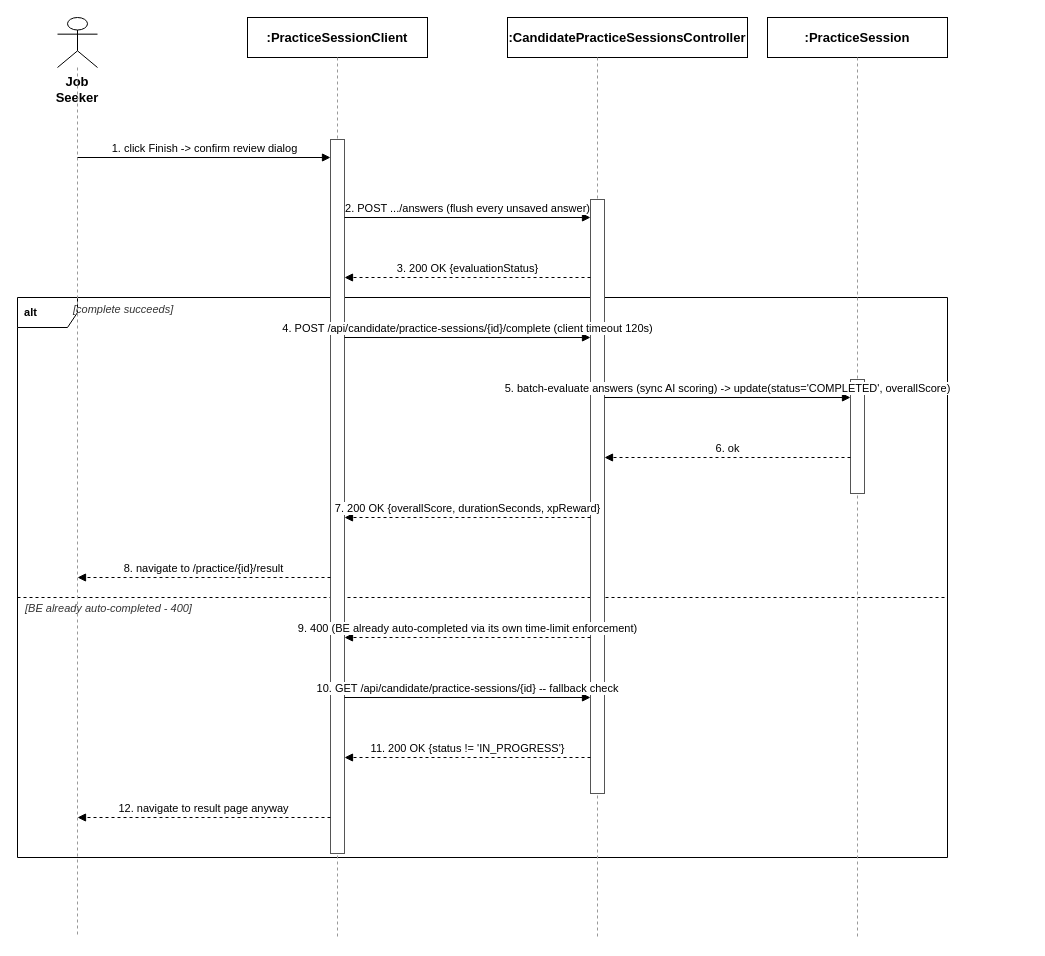
tulklk/AI_Interview_Question_Generation_RAG_LLM_FE keeps this draw.io diagram as docs/qa/Tu_SequenceDiagram/07_Submit_Answers.drawio. Above is the earlier version. Source tidied: cells renumbered, new cells numbered last; positions are measured from the earlier drawing's top-left corner, leaving out a move shared by most shapes. Both pictures are drawn from the tidied source at 100%, with x=0, y=0 at pixel (17, 17).
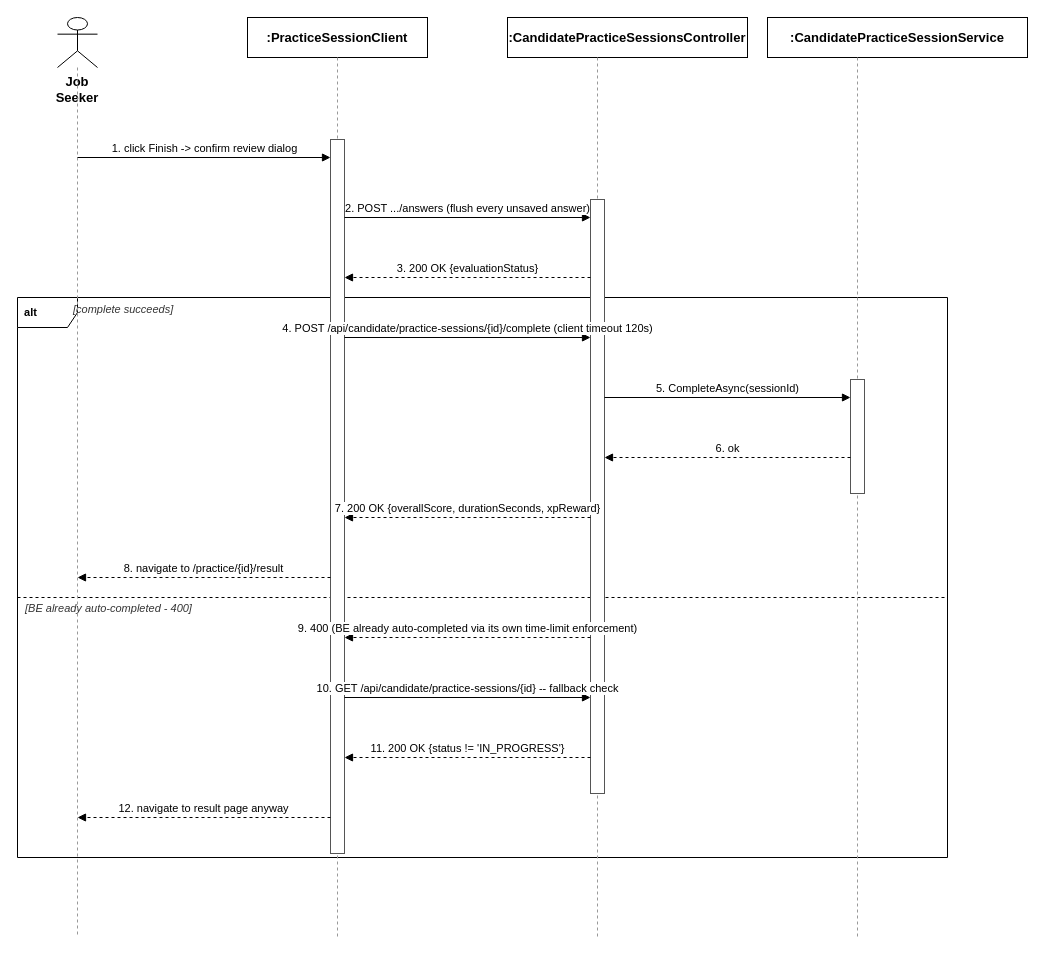
The same page after the edit.

Change to the diagram source:
```diff
@@
-    <mxCell id="12" value=":PracticeSession" style="rounded=0;whiteSpace=wrap;html=1;fontSize=13;fillColor=#ffffff;strokeColor=#000000;fontStyle=1;" parent="1" vertex="1">
-      <mxGeometry x="750" width="180" height="40" as="geometry" />
+    <mxCell id="12" value=":CandidatePracticeSessionService" style="rounded=0;whiteSpace=wrap;html=1;fontSize=13;fillColor=#ffffff;strokeColor=#000000;fontStyle=1;" parent="1" vertex="1">
+      <mxGeometry x="750" width="260" height="40" as="geometry" />
     </mxCell>
@@
-    <mxCell id="21" value="5. batch-evaluate answers (sync AI scoring) -&gt; update(status='COMPLETED', overallScore)" style="endArrow=block;endFill=1;html=1;fontSize=11;align=center;verticalAlign=bottom;labelBackgroundColor=#ffffff;strokeColor=#000000;" parent="1" edge="1">
+    <mxCell id="21" value="5. CompleteAsync(sessionId)" style="endArrow=block;endFill=1;html=1;fontSize=11;align=center;verticalAlign=bottom;labelBackgroundColor=#ffffff;strokeColor=#000000;" parent="1" edge="1">
       <mxGeometry relative="1" as="geometry">
         <mxPoint x="587" y="380" as="sourcePoint" />
         <mxPoint x="833" y="380" as="targetPoint" />
       </mxGeometry>
     </mxCell>
```
